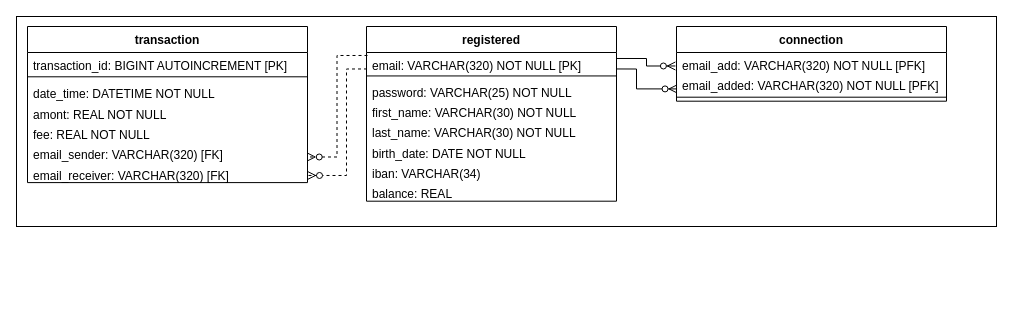
Before: page "MLD" (3 of 3) of UML/payMyBuddyUML.drawio in emmo78/com.paymybuddy.paymybuddy, a draw.io diagram. Source tidied: cells renumbered, new cells numbered last; positions are measured from the earlier drawing's top-left corner, leaving out a move shared by most shapes. Both pictures are drawn from the tidied source at 100%, with x=0, y=0 at pixel (16, 16).
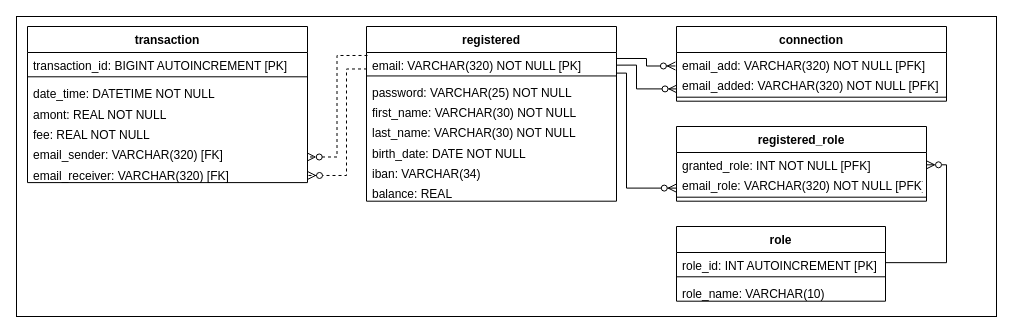
The same page after the edit.

The change refers to these unchanged cells:
```xml
<mxCell id="13" value="email_added: VARCHAR(320) NOT NULL [PFK]" style="text;strokeColor=none;fillColor=none;align=left;verticalAlign=top;spacingLeft=4;spacingRight=4;overflow=hidden;points=[[0,0.5],[1,0.5]];portConstraint=eastwest;" parent="11" vertex="1">
  <mxGeometry y="46.3" width="270" height="20.3" as="geometry" />
</mxCell>
<mxCell id="16" value="email: VARCHAR(320) NOT NULL [PK]" style="text;strokeColor=none;fillColor=none;align=left;verticalAlign=top;spacingLeft=4;spacingRight=4;overflow=hidden;points=[[0,0.5],[1,0.5]];portConstraint=eastwest;" parent="15" vertex="1">
  <mxGeometry y="26" width="250" height="20.3" as="geometry" />
</mxCell>
```

The edit, as a diff of the source:
```diff
@@
     <mxCell id="2" style="rounded=0;whiteSpace=wrap;html=1;" parent="1" vertex="1">
-      <mxGeometry width="980" height="210" as="geometry" />
+      <mxGeometry width="980" height="300" as="geometry" />
     </mxCell>
@@
-    <mxCell id="25" style="fontSize=12;html=1;endArrow=ERzeroToMany;endFill=1;rounded=0;strokeColor=#000000;entryX=0.002;entryY=0.794;entryDx=0;entryDy=0;exitX=0.998;exitY=0.811;exitDx=0;exitDy=0;exitPerimeter=0;entryPerimeter=0;edgeStyle=orthogonalEdgeStyle;" parent="1" edge="1" source="16" target="13">
+    <mxCell id="25" style="fontSize=12;html=1;endArrow=ERzeroToMany;endFill=1;rounded=0;strokeColor=#000000;entryX=0.002;entryY=0.794;entryDx=0;entryDy=0;exitX=0.999;exitY=0.623;exitDx=0;exitDy=0;exitPerimeter=0;entryPerimeter=0;edgeStyle=orthogonalEdgeStyle;" parent="1" edge="1" source="16" target="13">
       <mxGeometry relative="1" as="geometry">
         <Array as="points">
-          <mxPoint x="620" y="53" />
+          <mxPoint x="620" y="49" />
           <mxPoint x="620" y="73" />
         </Array>
       </mxGeometry>
     </mxCell>
@@
+    <mxCell id="28" value="registered_role" style="swimlane;fontStyle=1;align=center;verticalAlign=top;horizontal=1;startSize=26;" parent="1" vertex="1">
+      <mxGeometry x="660" y="110" width="250" height="74.7" as="geometry" />
+    </mxCell>
+    <mxCell id="29" value="granted_role: INT NOT NULL [PFK]" style="text;strokeColor=none;fillColor=none;align=left;verticalAlign=top;spacingLeft=4;spacingRight=4;overflow=hidden;points=[[0,0.5],[1,0.5]];portConstraint=eastwest;" parent="28" vertex="1">
+      <mxGeometry y="26" width="250" height="20.3" as="geometry" />
+    </mxCell>
+    <mxCell id="30" value="email_role: VARCHAR(320) NOT NULL [PFK]" style="text;strokeColor=none;fillColor=none;align=left;verticalAlign=top;spacingLeft=4;spacingRight=4;overflow=hidden;points=[[0,0.5],[1,0.5]];portConstraint=eastwest;" parent="28" vertex="1">
+      <mxGeometry y="46.3" width="250" height="20.3" as="geometry" />
+    </mxCell>
+    <mxCell id="31" style="line;strokeWidth=1;fillColor=none;align=left;verticalAlign=middle;spacingTop=-1;spacingLeft=3;spacingRight=3;labelPosition=right;" parent="28" vertex="1">
+      <mxGeometry y="66.7" width="250" height="8" as="geometry" />
+    </mxCell>
+    <mxCell id="32" value="role" style="swimlane;fontStyle=1;align=center;verticalAlign=top;horizontal=1;startSize=26;" parent="1" vertex="1">
+      <mxGeometry x="660" y="210" width="209" height="74.7" as="geometry" />
+    </mxCell>
+    <mxCell id="33" value="role_id: INT AUTOINCREMENT [PK]" style="text;strokeColor=none;fillColor=none;align=left;verticalAlign=top;spacingLeft=4;spacingRight=4;overflow=hidden;points=[[0,0.5],[1,0.5]];portConstraint=eastwest;" parent="32" vertex="1">
+      <mxGeometry y="26" width="209" height="20.3" as="geometry" />
+    </mxCell>
+    <mxCell id="34" style="line;strokeWidth=1;fillColor=none;align=left;verticalAlign=middle;spacingTop=-1;spacingLeft=3;spacingRight=3;labelPosition=right;" parent="32" vertex="1">
+      <mxGeometry y="46.3" width="209" height="8" as="geometry" />
+    </mxCell>
+    <mxCell id="35" value="role_name: VARCHAR(10)" style="text;strokeColor=none;fillColor=none;align=left;verticalAlign=top;spacingLeft=4;spacingRight=4;overflow=hidden;" parent="32" vertex="1">
+      <mxGeometry y="54.3" width="209" height="20.3" as="geometry" />
+    </mxCell>
+    <mxCell id="36" style="fontSize=12;html=1;endArrow=ERzeroToMany;endFill=1;rounded=0;strokeColor=#000000;exitX=1.001;exitY=1.016;exitDx=0;exitDy=0;exitPerimeter=0;entryX=-0.001;entryY=0.754;entryDx=0;entryDy=0;entryPerimeter=0;edgeStyle=orthogonalEdgeStyle;" parent="1" edge="1" source="16" target="30">
+      <mxGeometry relative="1" as="geometry">
+        <Array as="points">
+          <mxPoint x="610" y="57" />
+          <mxPoint x="610" y="172" />
+        </Array>
+      </mxGeometry>
+    </mxCell>
+    <mxCell id="37" style="fontSize=12;html=1;endArrow=none;endFill=0;rounded=0;strokeColor=#000000;exitX=1;exitY=0.607;exitDx=0;exitDy=0;exitPerimeter=0;entryX=1;entryY=0.5;entryDx=0;entryDy=0;edgeStyle=orthogonalEdgeStyle;startArrow=ERzeroToMany;startFill=0;" parent="1" edge="1" source="29" target="33">
+      <mxGeometry relative="1" as="geometry">
+        <Array as="points">
+          <mxPoint x="930" y="148" />
+          <mxPoint x="930" y="246" />
+        </Array>
+      </mxGeometry>
+    </mxCell>
```
